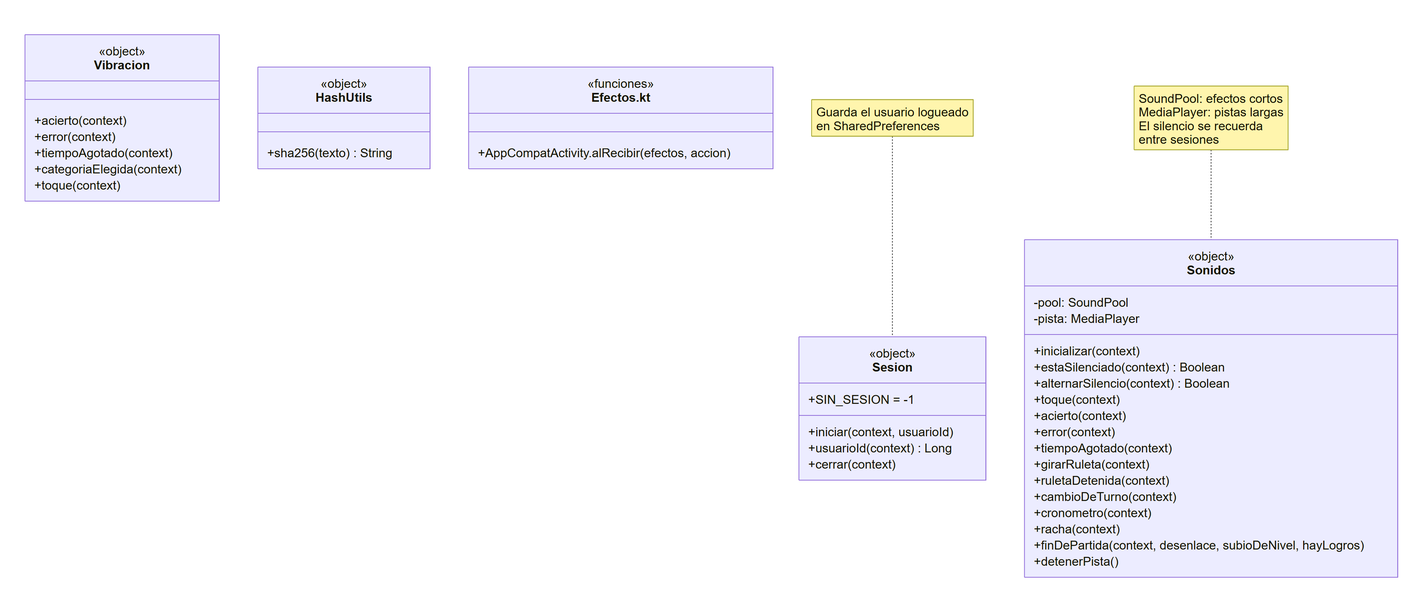
Earlier version of the Mermaid export docs/diagramas/08-utilidades.png (sobas2785/Quizzly). Its source is kept beside it as docs/diagramas/08-utilidades.mmd.
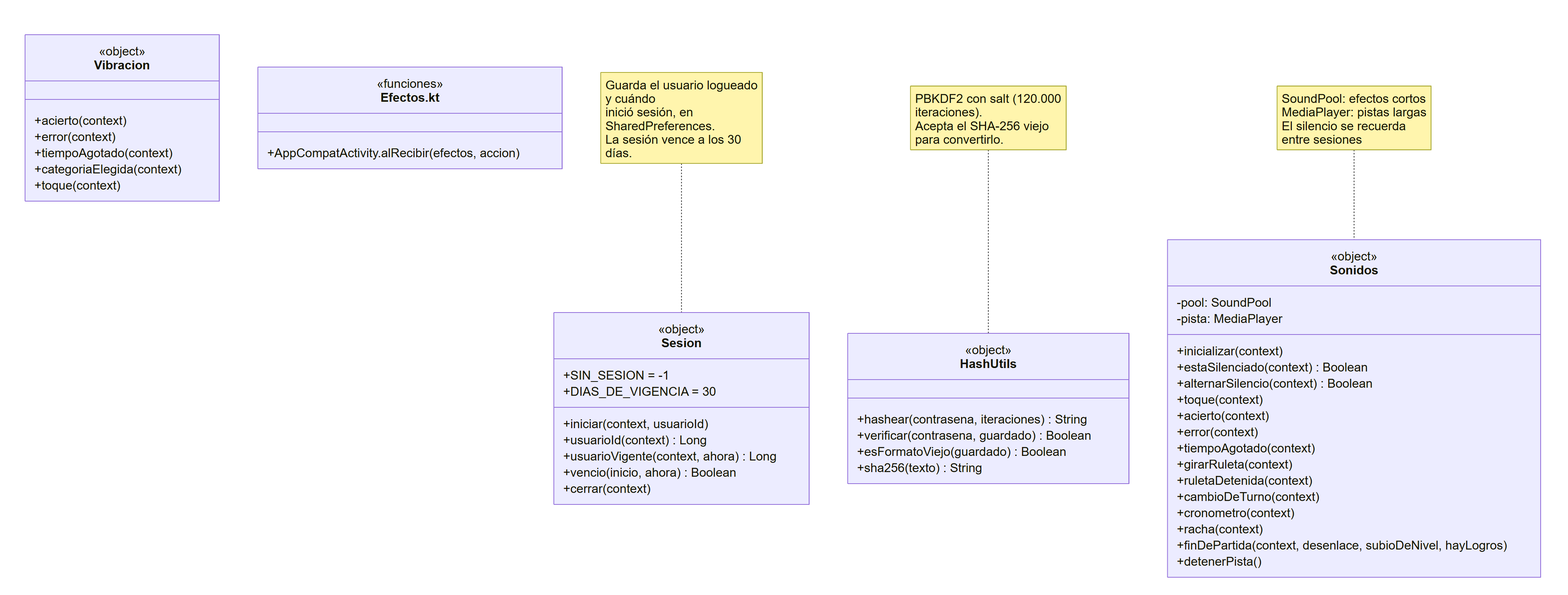
After the change.

What changed in the source:
```diff
@@ -4,8 +4,11 @@
     class Sesion {
         <<object>>
         +SIN_SESION = -1
+        +DIAS_DE_VIGENCIA = 30
         +iniciar(context, usuarioId)
         +usuarioId(context) Long
+        +usuarioVigente(context, ahora) Long
+        +vencio(inicio, ahora) Boolean
         +cerrar(context)
     }
 
@@ -40,6 +43,9 @@
 
     class HashUtils {
         <<object>>
+        +hashear(contrasena, iteraciones) String
+        +verificar(contrasena, guardado) Boolean
+        +esFormatoViejo(guardado) Boolean
         +sha256(texto) String
     }
 
@@ -48,5 +54,6 @@
         +AppCompatActivity.alRecibir(efectos, accion)
     }
 
-    note for Sesion "Guarda el usuario logueado<br/>en SharedPreferences"
+    note for Sesion "Guarda el usuario logueado y cuándo<br/>inició sesión, en SharedPreferences.<br/>La sesión vence a los 30 días."
+    note for HashUtils "PBKDF2 con salt (120.000 iteraciones).<br/>Acepta el SHA-256 viejo para convertirlo."
     note for Sonidos "SoundPool: efectos cortos<br/>MediaPlayer: pistas largas<br/>El silencio se recuerda entre sesiones"
```
